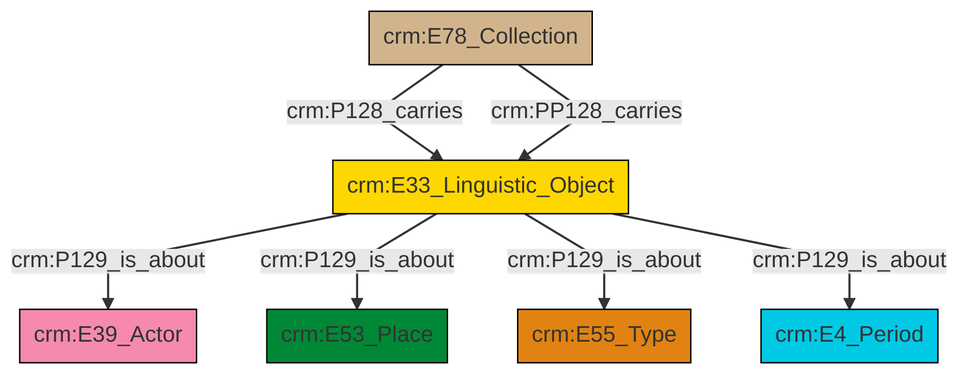
This is et/archivalCSV/ttl/mmd/png/archival_aboutness.png from swiss-art-research-net/docs.swissartresearch, a Mermaid export, as it was before one commit. Its source is kept beside it as et/archivalCSV/ttl/mmd/archival_aboutness.ttl.mmd.
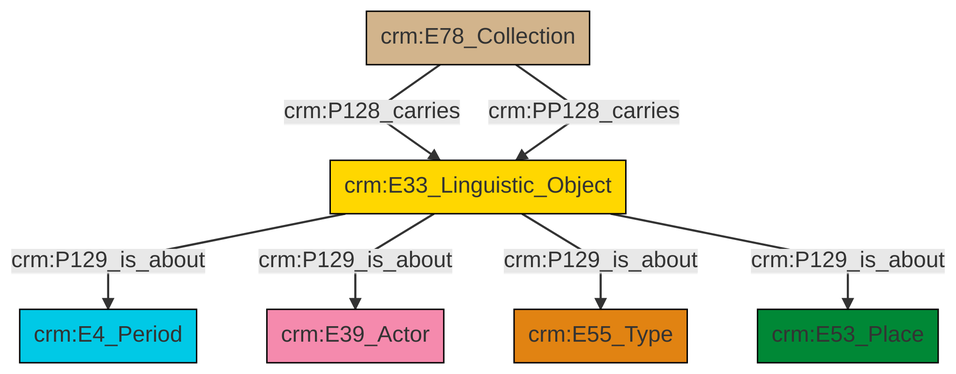
Above is the later version.

The edit, as a diff of the source:
```diff
@@ -13,9 +13,9 @@
 classDef PC_Classes fill:#4ce600, stroke:#000000;
 classDef Multi fill:#cccccc,stroke:#000000;
 
-0["crm:E33_Linguistic_Object"]:::Conceptual_Object -->|crm:P129_is_about| 1["crm:E39_Actor"]:::Actor
-0["crm:E33_Linguistic_Object"]:::Conceptual_Object -->|crm:P129_is_about| 2["crm:E53_Place"]:::Place
-7["crm:E78_Collection"]:::Physical_Thing -->|crm:P128_carries| 0["crm:E33_Linguistic_Object"]:::Conceptual_Object
-7["crm:E78_Collection"]:::Physical_Thing -->|crm:PP128_carries| 0["crm:E33_Linguistic_Object"]:::Conceptual_Object
-0["crm:E33_Linguistic_Object"]:::Conceptual_Object -->|crm:P129_is_about| 8["crm:E55_Type"]:::Type
-0["crm:E33_Linguistic_Object"]:::Conceptual_Object -->|crm:P129_is_about| 4["crm:E4_Period"]:::Temporal_Entity
+2["crm:E33_Linguistic_Object"]:::Conceptual_Object -->|crm:P129_is_about| 3["crm:E4_Period"]:::Temporal_Entity
+7["crm:E78_Collection"]:::Physical_Thing -->|crm:P128_carries| 2["crm:E33_Linguistic_Object"]:::Conceptual_Object
+2["crm:E33_Linguistic_Object"]:::Conceptual_Object -->|crm:P129_is_about| 9["crm:E39_Actor"]:::Actor
+7["crm:E78_Collection"]:::Physical_Thing -->|crm:PP128_carries| 2["crm:E33_Linguistic_Object"]:::Conceptual_Object
+2["crm:E33_Linguistic_Object"]:::Conceptual_Object -->|crm:P129_is_about| 0["crm:E55_Type"]:::Type
+2["crm:E33_Linguistic_Object"]:::Conceptual_Object -->|crm:P129_is_about| 5["crm:E53_Place"]:::Place
```
